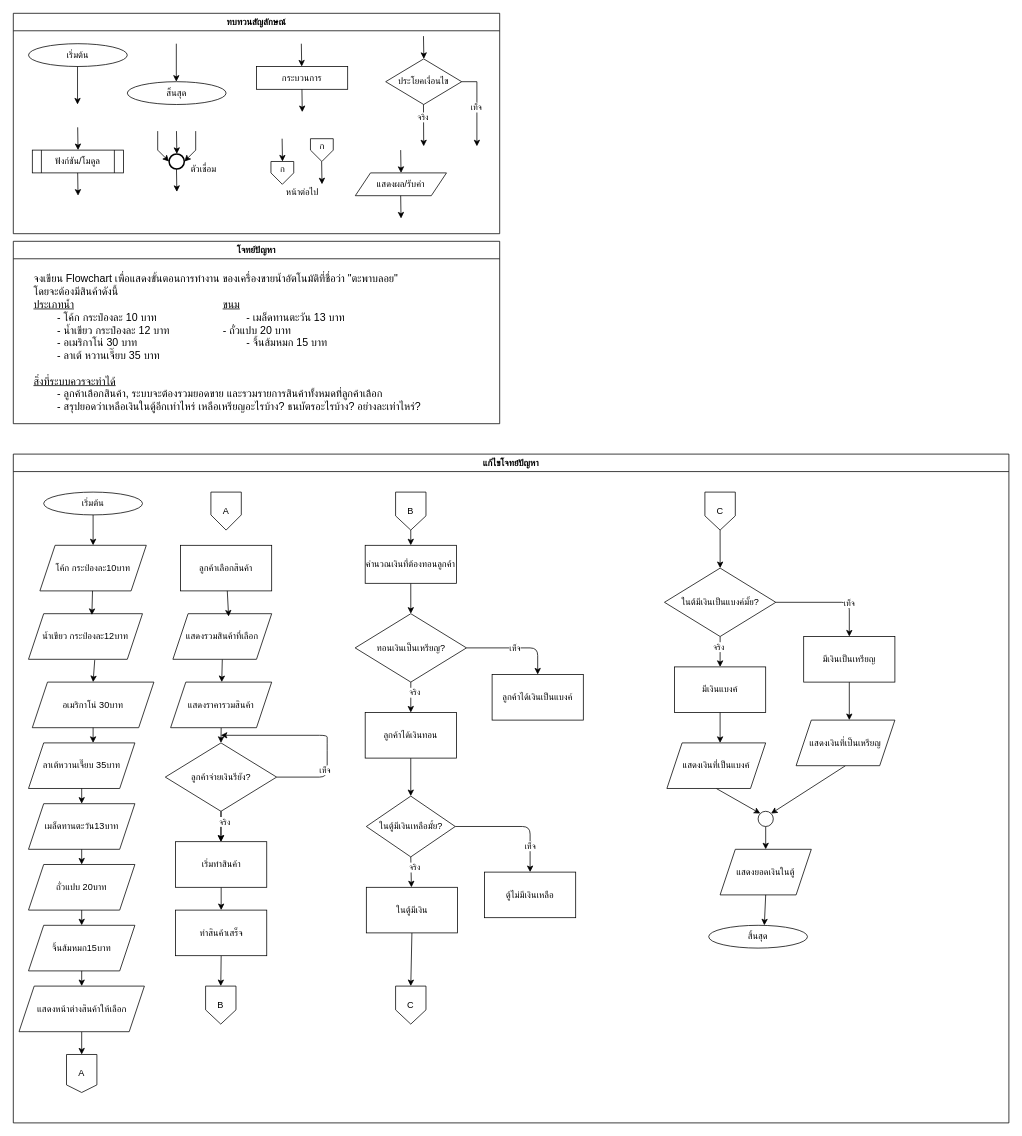
Earlier version of the draw.io diagram lab2/Lab02-Flowchart.drawio (hoybonbon1233/ENGCCE304). Source tidied: cells renumbered, new cells numbered last; positions are measured from the earlier drawing's top-left corner, leaving out a move shared by most shapes. Both pictures are drawn from the tidied source at 76%, with x=0, y=0 at pixel (13, 13).
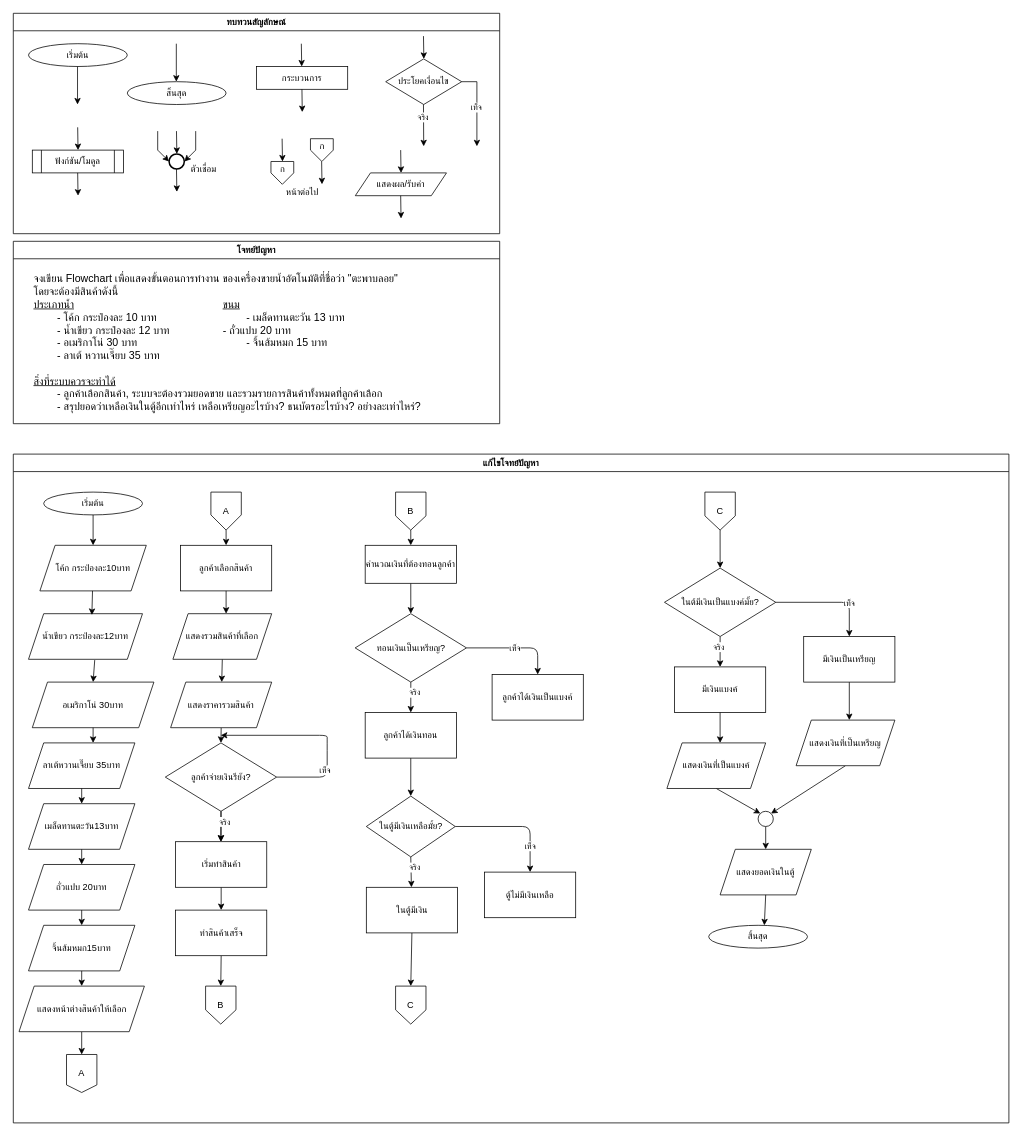
After the change.

Commit message:
เพมไฟล lab2

Unchanged cells that the change refers to:
```xml
<mxCell id="37" value="แก้ไขโจทย์ปัญหา" style="swimlane;fontFamily=Sarabun;" parent="1" vertex="1">
  <mxGeometry y="580" width="1310" height="880" as="geometry" />
</mxCell>
<mxCell id="56" value="A" style="shape=offPageConnector;whiteSpace=wrap;html=1;size=0.4;" parent="37" vertex="1">
  <mxGeometry x="260" y="50" width="40" height="50" as="geometry" />
</mxCell>
<mxCell id="57" value="ลูกค้าเลือกสินค้า" style="rounded=0;whiteSpace=wrap;html=1;" parent="37" vertex="1">
  <mxGeometry x="220" y="120" width="120" height="60" as="geometry" />
</mxCell>
<mxCell id="59" value="แสดงรวมสินค้าที่เลือก" style="shape=parallelogram;perimeter=parallelogramPerimeter;whiteSpace=wrap;html=1;fixedSize=1;" parent="37" vertex="1">
  <mxGeometry x="210" y="210" width="130" height="60" as="geometry" />
</mxCell>
```

What changed in the source:
```diff
@@
+    <mxCell id="116" style="edgeStyle=none;html=1;exitX=0.5;exitY=1;exitDx=0;exitDy=0;entryX=0.5;entryY=0;entryDx=0;entryDy=0;" parent="37" edge="1" source="56" target="57">
+      <mxGeometry relative="1" as="geometry" />
+    </mxCell>
@@
-    <mxCell id="87" style="edgeStyle=none;html=1;entryX=0.564;entryY=0.061;entryDx=0;entryDy=0;entryPerimeter=0;" parent="37" edge="1" source="57" target="59">
-      <mxGeometry relative="1" as="geometry" />
+    <mxCell id="87" style="edgeStyle=none;html=1;" parent="37" edge="1" source="57">
+      <mxGeometry relative="1" as="geometry">
+        <mxPoint x="280" y="210" as="targetPoint" />
+      </mxGeometry>
     </mxCell>
```
